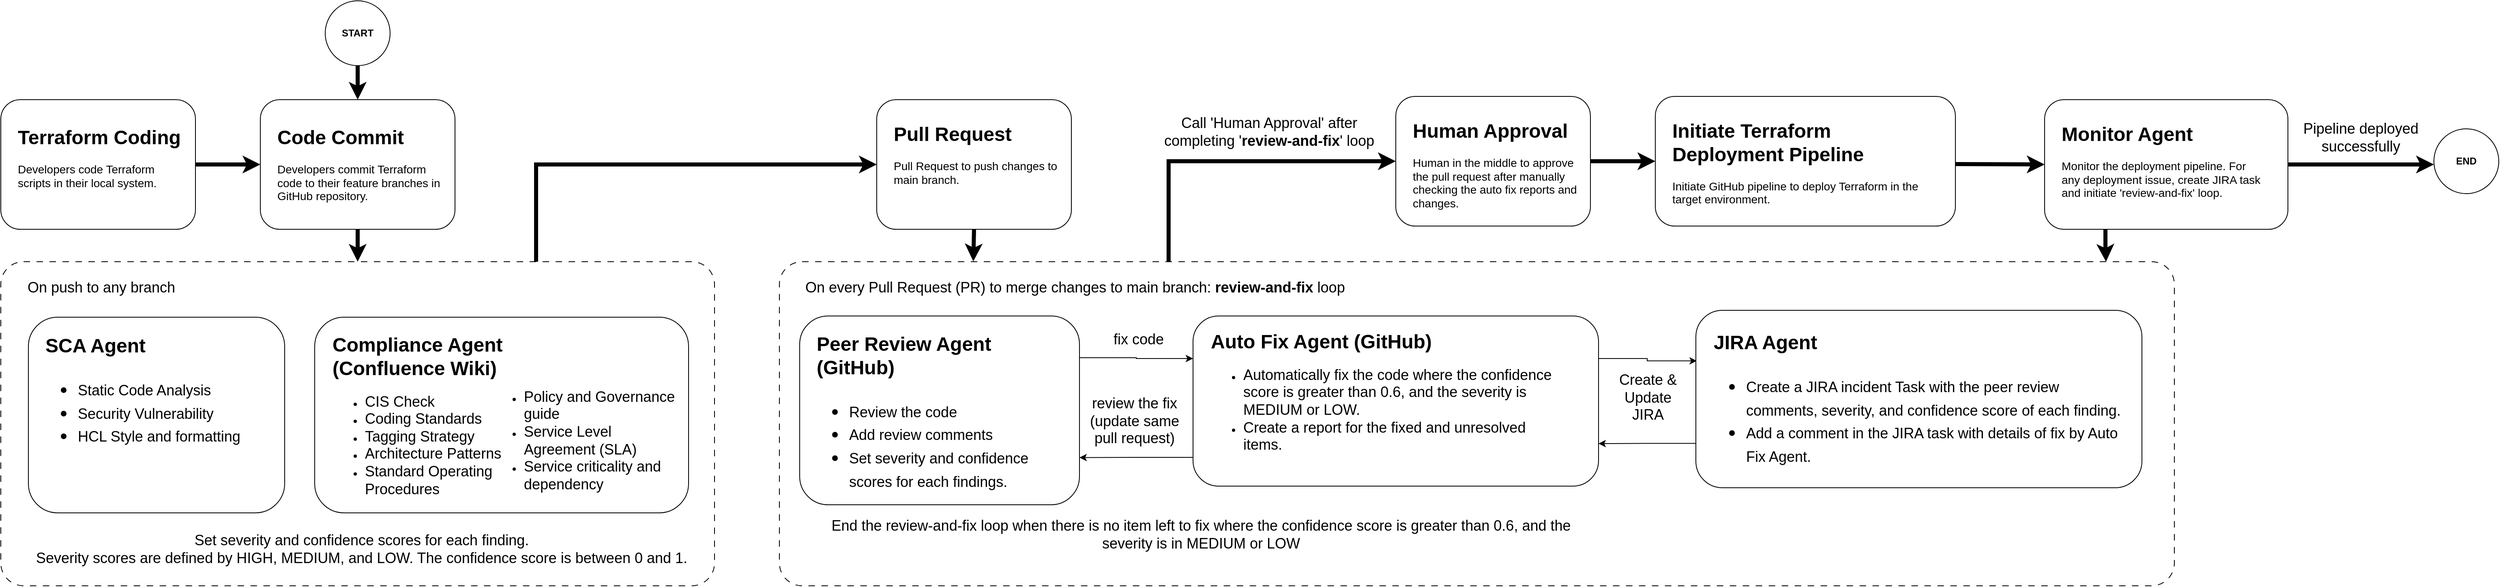
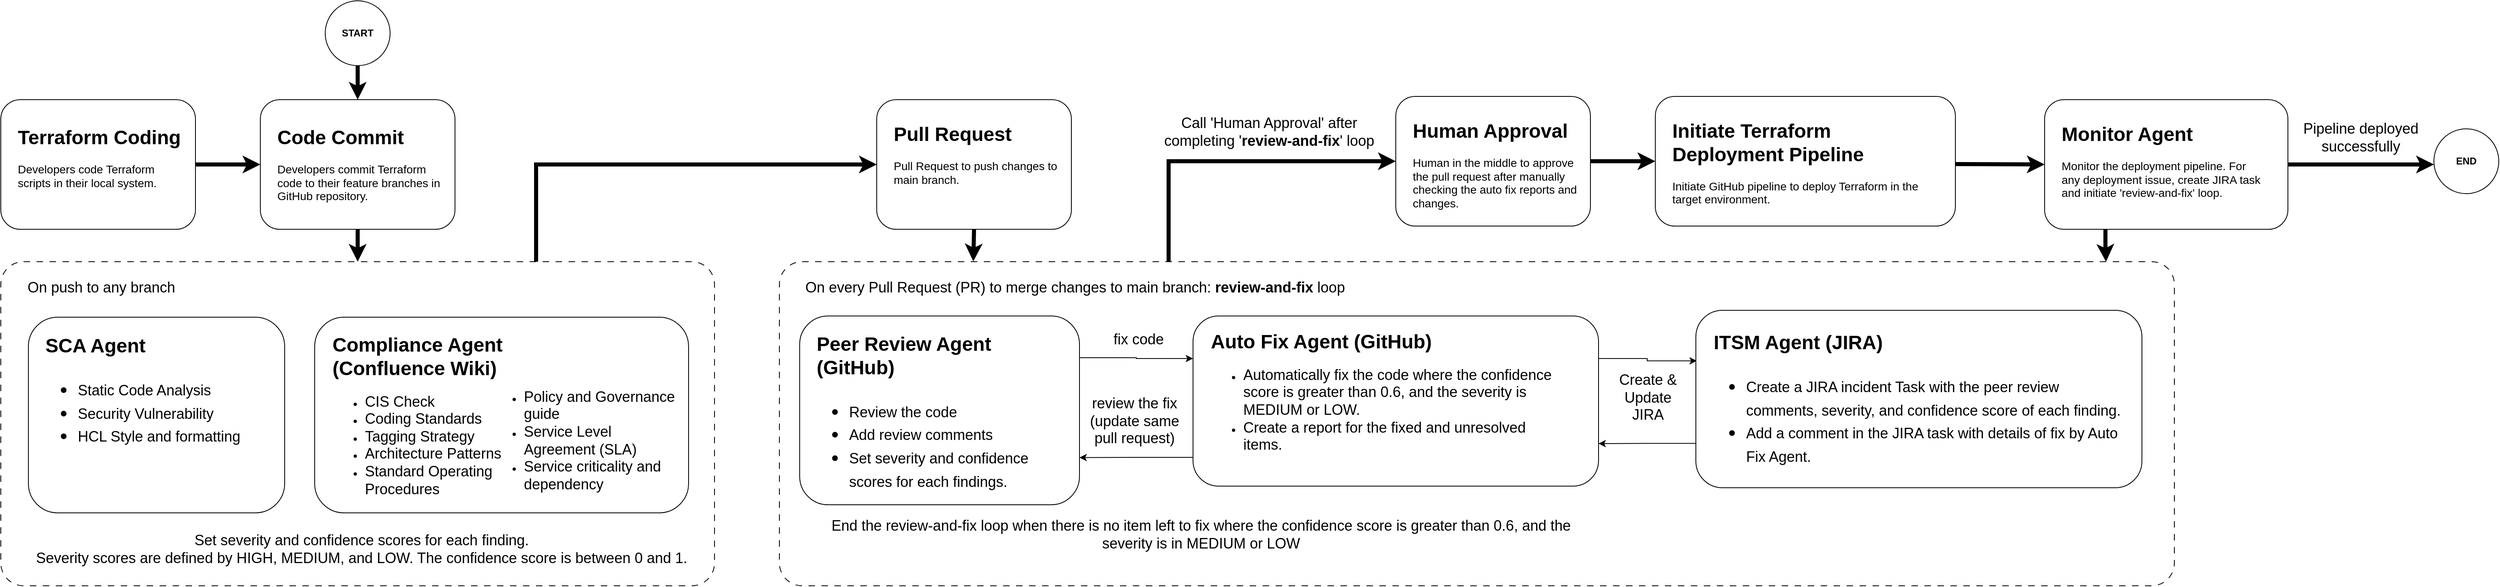
<mxfile host="app.diagrams.net">
  <diagram name="Page-1" id="llQ14HlxIDWXj9B5HY60">
    <mxGraphModel dx="1006" dy="638" grid="1" gridSize="10" guides="1" tooltips="1" connect="1" arrows="1" fold="1" page="1" pageScale="1" pageWidth="850" pageHeight="1100" math="0" shadow="0">
      <root>
        <mxCell id="0" />
        <mxCell id="1" parent="0" />
        <mxCell id="IWc9zJM8tDhvkjJ2dRjy-13" edge="1" parent="1" source="IWc9zJM8tDhvkjJ2dRjy-5" style="edgeStyle=orthogonalEdgeStyle;rounded=0;orthogonalLoop=1;jettySize=auto;html=1;entryX=0;entryY=0.5;entryDx=0;entryDy=0;exitX=0.75;exitY=0;exitDx=0;exitDy=0;strokeWidth=5;" target="IWc9zJM8tDhvkjJ2dRjy-1">
          <mxGeometry relative="1" as="geometry" />
        </mxCell>
        <mxCell id="oJW8UGhNAXkty13G2p3x-1" parent="1" style="rounded=1;whiteSpace=wrap;html=1;" value="" vertex="1">
          <mxGeometry height="160" width="240" x="440" y="200" as="geometry" />
        </mxCell>
        <mxCell id="oJW8UGhNAXkty13G2p3x-3" parent="1" style="text;html=1;whiteSpace=wrap;overflow=hidden;rounded=0;" value="&lt;h1 style=&quot;margin-top: 0px;&quot;&gt;Code Commit&lt;/h1&gt;&lt;p&gt;&lt;font style=&quot;font-size: 14px;&quot;&gt;Developers commit Terraform code to their feature branches in GitHub repository.&lt;/font&gt;&lt;/p&gt;" vertex="1">
          <mxGeometry height="100" width="210" x="459" y="226" as="geometry" />
        </mxCell>
        <mxCell id="IWc9zJM8tDhvkjJ2dRjy-35" edge="1" parent="1" source="IWc9zJM8tDhvkjJ2dRjy-14" style="edgeStyle=orthogonalEdgeStyle;rounded=0;orthogonalLoop=1;jettySize=auto;html=1;entryX=0;entryY=0.5;entryDx=0;entryDy=0;exitX=0.279;exitY=0.025;exitDx=0;exitDy=0;exitPerimeter=0;strokeWidth=5;" target="IWc9zJM8tDhvkjJ2dRjy-33">
          <mxGeometry relative="1" as="geometry">
            <Array as="points">
              <mxPoint x="1560" y="276" />
            </Array>
          </mxGeometry>
        </mxCell>
        <mxCell id="IWc9zJM8tDhvkjJ2dRjy-1" parent="1" style="rounded=1;whiteSpace=wrap;html=1;" value="" vertex="1">
          <mxGeometry height="160" width="240" x="1200" y="200" as="geometry" />
        </mxCell>
        <mxCell id="IWc9zJM8tDhvkjJ2dRjy-2" parent="1" style="text;html=1;whiteSpace=wrap;overflow=hidden;rounded=0;" value="&lt;h1 style=&quot;margin-top: 0px;&quot;&gt;Pull Request&lt;/h1&gt;&lt;p&gt;&lt;font style=&quot;font-size: 14px;&quot;&gt;Pull Request to push changes to main branch.&lt;/font&gt;&lt;/p&gt;" vertex="1">
          <mxGeometry height="100" width="210" x="1219" y="222" as="geometry" />
        </mxCell>
        <mxCell id="IWc9zJM8tDhvkjJ2dRjy-12" edge="1" parent="1" source="IWc9zJM8tDhvkjJ2dRjy-3" style="edgeStyle=orthogonalEdgeStyle;rounded=0;orthogonalLoop=1;jettySize=auto;html=1;exitX=1;exitY=0.5;exitDx=0;exitDy=0;entryX=0;entryY=0.5;entryDx=0;entryDy=0;strokeWidth=5;" target="oJW8UGhNAXkty13G2p3x-1">
          <mxGeometry relative="1" as="geometry" />
        </mxCell>
        <mxCell id="IWc9zJM8tDhvkjJ2dRjy-3" parent="1" style="rounded=1;whiteSpace=wrap;html=1;" value="" vertex="1">
          <mxGeometry height="160" width="240" x="120" y="200" as="geometry" />
        </mxCell>
        <mxCell id="IWc9zJM8tDhvkjJ2dRjy-4" parent="1" style="text;html=1;whiteSpace=wrap;overflow=hidden;rounded=0;" value="&lt;h1 style=&quot;margin-top: 0px;&quot;&gt;Terraform Coding&lt;/h1&gt;&lt;p&gt;&lt;font style=&quot;font-size: 14px;&quot;&gt;Developers code Terraform scripts in their local system.&lt;/font&gt;&lt;/p&gt;" vertex="1">
          <mxGeometry height="100" width="210" x="139" y="226" as="geometry" />
        </mxCell>
        <mxCell id="IWc9zJM8tDhvkjJ2dRjy-5" parent="1" style="rounded=1;whiteSpace=wrap;html=1;arcSize=7;dashed=1;dashPattern=8 8;" value="" vertex="1">
          <mxGeometry height="400" width="880" x="120" y="400" as="geometry" />
        </mxCell>
        <mxCell id="IWc9zJM8tDhvkjJ2dRjy-6" parent="1" style="text;html=1;whiteSpace=wrap;strokeColor=none;fillColor=none;align=center;verticalAlign=middle;rounded=0;" value="&lt;font style=&quot;font-size: 18px;&quot;&gt;On push to any branch&lt;/font&gt;" vertex="1">
          <mxGeometry height="30" width="210" x="139" y="416.5" as="geometry" />
        </mxCell>
        <mxCell id="IWc9zJM8tDhvkjJ2dRjy-7" parent="1" style="rounded=1;whiteSpace=wrap;html=1;" value="" vertex="1">
          <mxGeometry height="241.5" width="316" x="154" y="468.5" as="geometry" />
        </mxCell>
        <mxCell id="IWc9zJM8tDhvkjJ2dRjy-8" parent="1" style="text;html=1;whiteSpace=wrap;overflow=hidden;rounded=0;" value="&lt;h1 style=&quot;margin-top: 0px;&quot;&gt;SCA Agent&lt;/h1&gt;&lt;h1 style=&quot;margin-top: 0px;&quot;&gt;&lt;p style=&quot;font-size: 12px; font-weight: 400;&quot;&gt;&lt;/p&gt;&lt;ul&gt;&lt;li&gt;&lt;span style=&quot;font-size: 18px; font-weight: normal;&quot;&gt;Static Code Analysis&lt;/span&gt;&lt;/li&gt;&lt;li&gt;&lt;span style=&quot;font-size: 18px; font-weight: normal;&quot;&gt;Security Vulnerability&lt;/span&gt;&lt;/li&gt;&lt;li&gt;&lt;span style=&quot;font-size: 18px; font-weight: normal;&quot;&gt;HCL Style and formatting&lt;/span&gt;&lt;/li&gt;&lt;/ul&gt;&lt;p&gt;&lt;/p&gt;&lt;/h1&gt;" vertex="1">
          <mxGeometry height="183" width="306" x="173" y="482.5" as="geometry" />
        </mxCell>
        <mxCell id="IWc9zJM8tDhvkjJ2dRjy-9" parent="1" style="rounded=1;whiteSpace=wrap;html=1;" value="" vertex="1">
          <mxGeometry height="241.5" width="461" x="507" y="468.5" as="geometry" />
        </mxCell>
        <mxCell id="IWc9zJM8tDhvkjJ2dRjy-10" parent="1" style="text;html=1;whiteSpace=wrap;overflow=hidden;rounded=0;" value="&lt;h1 style=&quot;margin-top: 0px;&quot;&gt;Compliance Agent (Confluence Wiki)&lt;/h1&gt;&lt;p&gt;&lt;/p&gt;&lt;ul&gt;&lt;li&gt;&lt;span style=&quot;font-size: 18px;&quot;&gt;CIS Check&lt;/span&gt;&lt;/li&gt;&lt;li&gt;&lt;span style=&quot;font-size: 18px;&quot;&gt;Coding Standards&lt;/span&gt;&lt;/li&gt;&lt;li&gt;&lt;span style=&quot;font-size: 18px;&quot;&gt;Tagging Strategy&lt;/span&gt;&lt;/li&gt;&lt;li&gt;&lt;span style=&quot;font-size: 18px;&quot;&gt;Architecture Patterns&lt;/span&gt;&lt;/li&gt;&lt;li&gt;&lt;span style=&quot;font-size: 18px;&quot;&gt;Standard Operating Procedures&lt;/span&gt;&lt;/li&gt;&lt;/ul&gt;&lt;p&gt;&lt;/p&gt;" vertex="1">
          <mxGeometry height="218.5" width="261" x="527" y="481.5" as="geometry" />
        </mxCell>
        <mxCell id="IWc9zJM8tDhvkjJ2dRjy-11" edge="1" parent="1" source="oJW8UGhNAXkty13G2p3x-1" style="edgeStyle=orthogonalEdgeStyle;rounded=0;orthogonalLoop=1;jettySize=auto;html=1;exitX=0.5;exitY=1;exitDx=0;exitDy=0;entryX=0.5;entryY=0;entryDx=0;entryDy=0;strokeWidth=5;" target="IWc9zJM8tDhvkjJ2dRjy-5">
          <mxGeometry relative="1" as="geometry" />
        </mxCell>
        <mxCell id="IWc9zJM8tDhvkjJ2dRjy-14" parent="1" style="rounded=1;whiteSpace=wrap;html=1;arcSize=7;dashed=1;dashPattern=8 8;" value="" vertex="1">
          <mxGeometry height="400" width="1720" x="1080" y="400" as="geometry" />
        </mxCell>
        <mxCell id="IWc9zJM8tDhvkjJ2dRjy-15" parent="1" style="text;html=1;whiteSpace=wrap;strokeColor=none;fillColor=none;align=left;verticalAlign=middle;rounded=0;" value="&lt;font style=&quot;font-size: 18px;&quot;&gt;On every Pull Request (PR) to merge changes to main branch: &lt;b&gt;review-and-fix &lt;/b&gt;loop&lt;/font&gt;" vertex="1">
          <mxGeometry height="30" width="740" x="1110" y="416.5" as="geometry" />
        </mxCell>
        <mxCell id="IWc9zJM8tDhvkjJ2dRjy-22" edge="1" parent="1" source="IWc9zJM8tDhvkjJ2dRjy-16" style="edgeStyle=orthogonalEdgeStyle;rounded=0;orthogonalLoop=1;jettySize=auto;html=1;exitX=1;exitY=0.221;exitDx=0;exitDy=0;entryX=0;entryY=0.25;entryDx=0;entryDy=0;exitPerimeter=0;" target="IWc9zJM8tDhvkjJ2dRjy-18">
          <mxGeometry relative="1" as="geometry" />
        </mxCell>
        <mxCell id="IWc9zJM8tDhvkjJ2dRjy-16" parent="1" style="rounded=1;whiteSpace=wrap;html=1;" value="" vertex="1">
          <mxGeometry height="233" width="345" x="1105" y="467" as="geometry" />
        </mxCell>
        <mxCell id="IWc9zJM8tDhvkjJ2dRjy-17" parent="1" style="text;html=1;whiteSpace=wrap;overflow=hidden;rounded=0;" value="&lt;h1 style=&quot;margin-top: 0px;&quot;&gt;Peer Review Agent (GitHub)&lt;/h1&gt;&lt;h1 style=&quot;margin-top: 0px;&quot;&gt;&lt;p style=&quot;font-size: 12px; font-weight: 400;&quot;&gt;&lt;/p&gt;&lt;ul&gt;&lt;li&gt;&lt;span style=&quot;font-size: 18px; font-weight: 400;&quot;&gt;Review the code&lt;/span&gt;&lt;/li&gt;&lt;li&gt;&lt;span style=&quot;font-size: 18px; font-weight: 400;&quot;&gt;Add review comments&lt;/span&gt;&lt;/li&gt;&lt;li&gt;&lt;span style=&quot;font-size: 18px; font-weight: 400;&quot;&gt;Set severity and confidence scores for each findings.&lt;/span&gt;&lt;/li&gt;&lt;/ul&gt;&lt;p&gt;&lt;/p&gt;&lt;/h1&gt;" vertex="1">
          <mxGeometry height="209" width="306" x="1124" y="481" as="geometry" />
        </mxCell>
        <mxCell id="IWc9zJM8tDhvkjJ2dRjy-23" edge="1" parent="1" source="IWc9zJM8tDhvkjJ2dRjy-18" style="edgeStyle=orthogonalEdgeStyle;rounded=0;orthogonalLoop=1;jettySize=auto;html=1;exitX=0;exitY=0.831;exitDx=0;exitDy=0;entryX=1;entryY=0.75;entryDx=0;entryDy=0;exitPerimeter=0;" target="IWc9zJM8tDhvkjJ2dRjy-16">
          <mxGeometry relative="1" as="geometry" />
        </mxCell>
        <mxCell id="IWc9zJM8tDhvkjJ2dRjy-31" edge="1" parent="1" source="IWc9zJM8tDhvkjJ2dRjy-18" style="edgeStyle=orthogonalEdgeStyle;rounded=0;orthogonalLoop=1;jettySize=auto;html=1;exitX=1;exitY=0.25;exitDx=0;exitDy=0;entryX=0.002;entryY=0.285;entryDx=0;entryDy=0;entryPerimeter=0;" target="IWc9zJM8tDhvkjJ2dRjy-27">
          <mxGeometry relative="1" as="geometry" />
        </mxCell>
        <mxCell id="IWc9zJM8tDhvkjJ2dRjy-18" parent="1" style="rounded=1;whiteSpace=wrap;html=1;" value="" vertex="1">
          <mxGeometry height="210" width="500" x="1590" y="467" as="geometry" />
        </mxCell>
        <mxCell id="IWc9zJM8tDhvkjJ2dRjy-19" parent="1" style="text;html=1;whiteSpace=wrap;overflow=hidden;rounded=0;" value="&lt;h1 style=&quot;margin-top: 0px;&quot;&gt;Auto Fix Agent (GitHub)&lt;/h1&gt;&lt;p&gt;&lt;/p&gt;&lt;ul&gt;&lt;li&gt;&lt;span style=&quot;font-size: 18px;&quot;&gt;Automatically fix the code where the confidence score is greater than 0.6, and the severity is MEDIUM or LOW.&amp;nbsp;&lt;/span&gt;&lt;/li&gt;&lt;li&gt;&lt;span style=&quot;font-size: 18px;&quot;&gt;Create a report for the fixed and unresolved items.&lt;/span&gt;&lt;/li&gt;&lt;/ul&gt;&lt;p&gt;&lt;/p&gt;" vertex="1">
          <mxGeometry height="192" width="440" x="1610" y="478" as="geometry" />
        </mxCell>
        <mxCell id="IWc9zJM8tDhvkjJ2dRjy-20" parent="1" style="text;whiteSpace=wrap;fontSize=18;align=center;" value="Set severity and confidence scores for each finding.&#xa;Severity scores are defined by HIGH, MEDIUM, and LOW. The confidence score is between 0 and 1." vertex="1">
          <mxGeometry height="50.5" width="830" x="150" y="726.5" as="geometry" />
        </mxCell>
        <mxCell id="IWc9zJM8tDhvkjJ2dRjy-21" edge="1" parent="1" source="IWc9zJM8tDhvkjJ2dRjy-1" style="edgeStyle=orthogonalEdgeStyle;rounded=0;orthogonalLoop=1;jettySize=auto;html=1;exitX=0.5;exitY=1;exitDx=0;exitDy=0;entryX=0.139;entryY=-0.001;entryDx=0;entryDy=0;entryPerimeter=0;strokeWidth=5;" target="IWc9zJM8tDhvkjJ2dRjy-14">
          <mxGeometry relative="1" as="geometry" />
        </mxCell>
        <mxCell id="IWc9zJM8tDhvkjJ2dRjy-24" parent="1" style="text;html=1;whiteSpace=wrap;strokeColor=none;fillColor=none;align=center;verticalAlign=middle;rounded=0;" value="&lt;font style=&quot;font-size: 18px;&quot;&gt;fix code&lt;/font&gt;" vertex="1">
          <mxGeometry height="30" width="82" x="1482" y="481" as="geometry" />
        </mxCell>
        <mxCell id="IWc9zJM8tDhvkjJ2dRjy-25" parent="1" style="text;html=1;whiteSpace=wrap;strokeColor=none;fillColor=none;align=center;verticalAlign=middle;rounded=0;" value="&lt;font style=&quot;font-size: 18px;&quot;&gt;review the fix (update same pull request)&lt;/font&gt;" vertex="1">
          <mxGeometry height="67" width="120" x="1458" y="563" as="geometry" />
        </mxCell>
        <mxCell id="IWc9zJM8tDhvkjJ2dRjy-26" parent="1" style="text;html=1;whiteSpace=wrap;strokeColor=none;fillColor=none;align=center;verticalAlign=middle;rounded=0;" value="&lt;font style=&quot;font-size: 18px;&quot;&gt;End the review-and-fix loop when there is no item left to fix where the confidence score is greater than 0.6, and the severity is in MEDIUM or LOW&lt;/font&gt;" vertex="1">
          <mxGeometry height="50" width="980" x="1110" y="711.5" as="geometry" />
        </mxCell>
        <mxCell id="IWc9zJM8tDhvkjJ2dRjy-30" edge="1" parent="1" source="IWc9zJM8tDhvkjJ2dRjy-27" style="edgeStyle=orthogonalEdgeStyle;rounded=0;orthogonalLoop=1;jettySize=auto;html=1;exitX=0;exitY=0.75;exitDx=0;exitDy=0;entryX=1;entryY=0.75;entryDx=0;entryDy=0;" target="IWc9zJM8tDhvkjJ2dRjy-18">
          <mxGeometry relative="1" as="geometry" />
        </mxCell>
        <mxCell id="IWc9zJM8tDhvkjJ2dRjy-27" parent="1" style="rounded=1;whiteSpace=wrap;html=1;" value="" vertex="1">
          <mxGeometry height="219" width="550" x="2210" y="460" as="geometry" />
        </mxCell>
-         <mxCell id="IWc9zJM8tDhvkjJ2dRjy-28" parent="1" style="text;html=1;whiteSpace=wrap;overflow=hidden;rounded=0;" value="&lt;h1 style=&quot;margin-top: 0px;&quot;&gt;JIRA Agent&lt;/h1&gt;&lt;h1 style=&quot;margin-top: 0px;&quot;&gt;&lt;p style=&quot;font-size: 12px; font-weight: 400;&quot;&gt;&lt;/p&gt;&lt;ul&gt;&lt;li&gt;&lt;span style=&quot;font-size: 18px; font-weight: 400;&quot;&gt;Create a JIRA incident Task with the peer review comments, severity, and confidence score of each finding.&lt;/span&gt;&lt;/li&gt;&lt;li&gt;&lt;span style=&quot;font-size: 18px; font-weight: 400;&quot;&gt;Add a comment in the JIRA task with details of fix by Auto Fix Agent.&lt;/span&gt;&lt;/li&gt;&lt;/ul&gt;&lt;p&gt;&lt;/p&gt;&lt;/h1&gt;" vertex="1">
+         <mxCell id="IWc9zJM8tDhvkjJ2dRjy-28" parent="1" style="text;html=1;whiteSpace=wrap;overflow=hidden;rounded=0;" value="&lt;h1 style=&quot;margin-top: 0px;&quot;&gt;ITSM Agent (JIRA)&lt;/h1&gt;&lt;h1 style=&quot;margin-top: 0px;&quot;&gt;&lt;p style=&quot;font-size: 12px; font-weight: 400;&quot;&gt;&lt;/p&gt;&lt;ul&gt;&lt;li&gt;&lt;span style=&quot;font-size: 18px; font-weight: 400;&quot;&gt;Create a JIRA incident Task with the peer review comments, severity, and confidence score of each finding.&lt;/span&gt;&lt;/li&gt;&lt;li&gt;&lt;span style=&quot;font-size: 18px; font-weight: 400;&quot;&gt;Add a comment in the JIRA task with details of fix by Auto Fix Agent.&lt;/span&gt;&lt;/li&gt;&lt;/ul&gt;&lt;p&gt;&lt;/p&gt;&lt;/h1&gt;" vertex="1">
          <mxGeometry height="191" width="510" x="2230" y="479" as="geometry" />
        </mxCell>
        <mxCell id="IWc9zJM8tDhvkjJ2dRjy-32" parent="1" style="text;html=1;whiteSpace=wrap;strokeColor=none;fillColor=none;align=center;verticalAlign=middle;rounded=0;" value="&lt;font style=&quot;font-size: 18px;&quot;&gt;Create &amp;amp; Update JIRA&lt;/font&gt;" vertex="1">
          <mxGeometry height="57.5" width="102" x="2100" y="539" as="geometry" />
        </mxCell>
        <mxCell id="IWc9zJM8tDhvkjJ2dRjy-39" edge="1" parent="1" source="IWc9zJM8tDhvkjJ2dRjy-33" style="edgeStyle=orthogonalEdgeStyle;rounded=0;orthogonalLoop=1;jettySize=auto;html=1;exitX=1;exitY=0.5;exitDx=0;exitDy=0;entryX=0;entryY=0.5;entryDx=0;entryDy=0;strokeWidth=5;" target="IWc9zJM8tDhvkjJ2dRjy-37">
          <mxGeometry relative="1" as="geometry" />
        </mxCell>
        <mxCell id="IWc9zJM8tDhvkjJ2dRjy-33" parent="1" style="rounded=1;whiteSpace=wrap;html=1;" value="" vertex="1">
          <mxGeometry height="160" width="240" x="1840" y="196" as="geometry" />
        </mxCell>
        <mxCell id="IWc9zJM8tDhvkjJ2dRjy-34" parent="1" style="text;html=1;whiteSpace=wrap;overflow=hidden;rounded=0;" value="&lt;h1 style=&quot;margin-top: 0px;&quot;&gt;Human Approval&lt;/h1&gt;&lt;p&gt;&lt;font style=&quot;font-size: 14px;&quot;&gt;Human in the middle to approve the pull request after manually checking the auto fix reports and changes.&amp;nbsp;&lt;/font&gt;&lt;/p&gt;" vertex="1">
          <mxGeometry height="122" width="210" x="1859" y="218" as="geometry" />
        </mxCell>
        <mxCell id="IWc9zJM8tDhvkjJ2dRjy-36" parent="1" style="text;html=1;whiteSpace=wrap;strokeColor=none;fillColor=none;align=center;verticalAlign=middle;rounded=0;" value="&lt;font style=&quot;font-size: 18px;&quot;&gt;Call &#39;Human Approval&#39; after completing &#39;&lt;b&gt;review-and-fix&lt;/b&gt;&#39; loop&lt;/font&gt;" vertex="1">
          <mxGeometry height="60" width="268" x="1550" y="210" as="geometry" />
        </mxCell>
        <mxCell id="IWc9zJM8tDhvkjJ2dRjy-37" parent="1" style="rounded=1;whiteSpace=wrap;html=1;" value="" vertex="1">
          <mxGeometry height="160" width="370" x="2160" y="196" as="geometry" />
        </mxCell>
        <mxCell id="IWc9zJM8tDhvkjJ2dRjy-38" parent="1" style="text;html=1;whiteSpace=wrap;overflow=hidden;rounded=0;" value="&lt;h1 style=&quot;margin-top: 0px;&quot;&gt;Initiate Terraform Deployment Pipeline&lt;/h1&gt;&lt;p&gt;&lt;font style=&quot;font-size: 14px;&quot;&gt;Initiate GitHub pipeline to deploy Terraform in the target environment.&lt;/font&gt;&amp;nbsp;&amp;nbsp;&lt;/p&gt;" vertex="1">
          <mxGeometry height="112" width="341" x="2179" y="218" as="geometry" />
        </mxCell>
        <mxCell id="IWc9zJM8tDhvkjJ2dRjy-41" edge="1" parent="1" source="IWc9zJM8tDhvkjJ2dRjy-40" style="edgeStyle=orthogonalEdgeStyle;rounded=0;orthogonalLoop=1;jettySize=auto;html=1;exitX=0.5;exitY=1;exitDx=0;exitDy=0;entryX=0.5;entryY=0;entryDx=0;entryDy=0;strokeWidth=5;" target="oJW8UGhNAXkty13G2p3x-1">
          <mxGeometry relative="1" as="geometry" />
        </mxCell>
        <mxCell id="IWc9zJM8tDhvkjJ2dRjy-40" parent="1" style="ellipse;whiteSpace=wrap;html=1;aspect=fixed;fontStyle=1" value="START" vertex="1">
          <mxGeometry height="80" width="80" x="520" y="78" as="geometry" />
        </mxCell>
        <mxCell id="IWc9zJM8tDhvkjJ2dRjy-47" edge="1" parent="1" source="IWc9zJM8tDhvkjJ2dRjy-42" style="edgeStyle=orthogonalEdgeStyle;rounded=0;orthogonalLoop=1;jettySize=auto;html=1;exitX=1;exitY=0.5;exitDx=0;exitDy=0;strokeWidth=5;">
          <mxGeometry relative="1" as="geometry">
            <mxPoint x="3120" y="280" as="targetPoint" />
          </mxGeometry>
        </mxCell>
        <mxCell id="IWc9zJM8tDhvkjJ2dRjy-42" parent="1" style="rounded=1;whiteSpace=wrap;html=1;" value="" vertex="1">
          <mxGeometry height="160" width="300" x="2640" y="200" as="geometry" />
        </mxCell>
        <mxCell id="IWc9zJM8tDhvkjJ2dRjy-43" parent="1" style="text;html=1;whiteSpace=wrap;overflow=hidden;rounded=0;" value="&lt;h1 style=&quot;margin-top: 0px;&quot;&gt;Monitor Agent&lt;/h1&gt;&lt;p&gt;&lt;font style=&quot;font-size: 14px;&quot;&gt;Monitor the deployment pipeline.&amp;nbsp;&lt;span style=&quot;background-color: transparent; color: light-dark(rgb(0, 0, 0), rgb(255, 255, 255));&quot;&gt;F&lt;/span&gt;&lt;span style=&quot;background-color: transparent; color: light-dark(rgb(0, 0, 0), rgb(255, 255, 255));&quot;&gt;or any deployment issue, create JIRA task and initiate &#39;review-and-fix&#39; loop.&lt;/span&gt;&lt;/font&gt;&lt;/p&gt;" vertex="1">
          <mxGeometry height="112" width="251" x="2659" y="222" as="geometry" />
        </mxCell>
        <mxCell id="IWc9zJM8tDhvkjJ2dRjy-44" edge="1" parent="1" style="edgeStyle=orthogonalEdgeStyle;rounded=0;orthogonalLoop=1;jettySize=auto;html=1;exitX=1;exitY=0.5;exitDx=0;exitDy=0;entryX=0;entryY=0.5;entryDx=0;entryDy=0;strokeWidth=5;" target="IWc9zJM8tDhvkjJ2dRjy-42">
          <mxGeometry relative="1" as="geometry">
            <mxPoint x="2530" y="279.5" as="sourcePoint" />
            <mxPoint x="2610" y="279.5" as="targetPoint" />
          </mxGeometry>
        </mxCell>
        <mxCell id="IWc9zJM8tDhvkjJ2dRjy-45" edge="1" parent="1" source="IWc9zJM8tDhvkjJ2dRjy-42" style="edgeStyle=orthogonalEdgeStyle;rounded=0;orthogonalLoop=1;jettySize=auto;html=1;exitX=0.25;exitY=1;exitDx=0;exitDy=0;entryX=0.951;entryY=0;entryDx=0;entryDy=0;entryPerimeter=0;strokeWidth=5;" target="IWc9zJM8tDhvkjJ2dRjy-14">
          <mxGeometry relative="1" as="geometry" />
        </mxCell>
        <mxCell id="IWc9zJM8tDhvkjJ2dRjy-46" parent="1" style="ellipse;whiteSpace=wrap;html=1;aspect=fixed;fontStyle=1" value="END" vertex="1">
          <mxGeometry height="80" width="80" x="3120" y="236" as="geometry" />
        </mxCell>
        <mxCell id="IWc9zJM8tDhvkjJ2dRjy-48" parent="1" style="text;html=1;whiteSpace=wrap;strokeColor=none;fillColor=none;align=center;verticalAlign=middle;rounded=0;" value="&lt;font style=&quot;font-size: 18px;&quot;&gt;Pipeline deployed successfully&lt;/font&gt;" vertex="1">
          <mxGeometry height="57.5" width="160" x="2950" y="218" as="geometry" />
        </mxCell>
        <mxCell id="IWc9zJM8tDhvkjJ2dRjy-50" parent="1" style="text;html=1;whiteSpace=wrap;overflow=hidden;rounded=0;" value="&lt;h1 style=&quot;margin-top: 0px;&quot;&gt;&lt;br&gt;&lt;/h1&gt;&lt;ul&gt;&lt;li&gt;&lt;span style=&quot;font-size: 18px;&quot;&gt;Policy and Governance guide&lt;/span&gt;&lt;/li&gt;&lt;li&gt;&lt;span style=&quot;font-size: 18px;&quot;&gt;Service Level Agreement (SLA)&lt;/span&gt;&lt;/li&gt;&lt;li&gt;&lt;span style=&quot;font-size: 18px;&quot;&gt;Service criticality and dependency&lt;/span&gt;&lt;/li&gt;&lt;/ul&gt;&lt;p&gt;&lt;/p&gt;" vertex="1">
          <mxGeometry height="200" width="240" x="723" y="505" as="geometry" />
        </mxCell>
      </root>
    </mxGraphModel>
  </diagram>
</mxfile>
